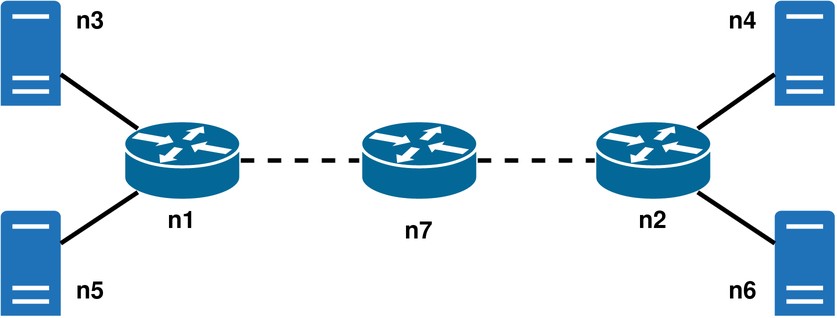
Earlier version of the draw.io export images/delay_full_partition_topology.png (benmandrew/DTLSR-Dissertation). Source tidied: cells renumbered, new cells last; positions are measured from the earlier drawing's top-left corner, leaving out a move shared by most shapes.
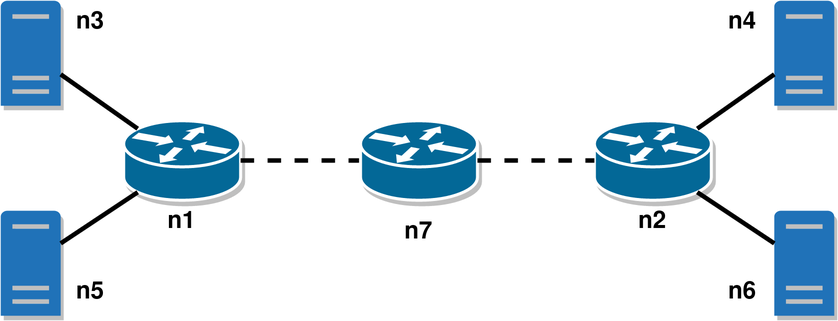
The same file after the commit.

What changed in the source:
```diff
@@ -2,22 +2,22 @@
   <root>
     <mxCell id="0" />
     <mxCell id="1" parent="0" />
-    <mxCell id="2" style="shape=mxgraph.cisco.routers.router;html=1;dashed=0;fillColor=#036897;strokeColor=#ffffff;strokeWidth=2;verticalLabelPosition=bottom;verticalAlign=top;align=center;outlineConnect=0;" parent="1" vertex="1">
+    <mxCell id="2" style="shape=mxgraph.cisco.routers.router;html=1;dashed=0;fillColor=#036897;strokeColor=#ffffff;strokeWidth=2;verticalLabelPosition=bottom;verticalAlign=top;align=center;outlineConnect=0;shadow=1;" parent="1" vertex="1">
       <mxGeometry x="82" y="80" width="78" height="53" as="geometry" />
     </mxCell>
-    <mxCell id="3" style="shape=mxgraph.cisco.routers.router;html=1;dashed=0;fillColor=#036897;strokeColor=#ffffff;strokeWidth=2;verticalLabelPosition=bottom;verticalAlign=top;align=center;outlineConnect=0;" parent="1" vertex="1">
+    <mxCell id="3" style="shape=mxgraph.cisco.routers.router;html=1;dashed=0;fillColor=#036897;strokeColor=#ffffff;strokeWidth=2;verticalLabelPosition=bottom;verticalAlign=top;align=center;outlineConnect=0;shadow=1;" parent="1" vertex="1">
       <mxGeometry x="396" y="80" width="78" height="53" as="geometry" />
     </mxCell>
-    <mxCell id="4" style="sketch=0;shadow=0;dashed=0;html=1;strokeColor=none;labelPosition=center;verticalLabelPosition=bottom;verticalAlign=top;outlineConnect=0;align=center;shape=mxgraph.office.servers.physical_host;fillColor=#2072B8;" parent="1" vertex="1">
+    <mxCell id="4" style="sketch=0;shadow=1;dashed=0;html=1;strokeColor=none;labelPosition=center;verticalLabelPosition=bottom;verticalAlign=top;outlineConnect=0;align=center;shape=mxgraph.office.servers.physical_host;fillColor=#2072B8;" parent="1" vertex="1">
       <mxGeometry width="40" height="70" as="geometry" />
     </mxCell>
-    <mxCell id="5" style="sketch=0;shadow=0;dashed=0;html=1;strokeColor=none;labelPosition=center;verticalLabelPosition=bottom;verticalAlign=top;outlineConnect=0;align=center;shape=mxgraph.office.servers.physical_host;fillColor=#2072B8;" parent="1" vertex="1">
+    <mxCell id="5" style="sketch=0;shadow=1;dashed=0;html=1;strokeColor=none;labelPosition=center;verticalLabelPosition=bottom;verticalAlign=top;outlineConnect=0;align=center;shape=mxgraph.office.servers.physical_host;fillColor=#2072B8;" parent="1" vertex="1">
       <mxGeometry y="140" width="40" height="70" as="geometry" />
     </mxCell>
-    <mxCell id="6" style="sketch=0;shadow=0;dashed=0;html=1;strokeColor=none;labelPosition=center;verticalLabelPosition=bottom;verticalAlign=top;outlineConnect=0;align=center;shape=mxgraph.office.servers.physical_host;fillColor=#2072B8;" parent="1" vertex="1">
+    <mxCell id="6" style="sketch=0;shadow=1;dashed=0;html=1;strokeColor=none;labelPosition=center;verticalLabelPosition=bottom;verticalAlign=top;outlineConnect=0;align=center;shape=mxgraph.office.servers.physical_host;fillColor=#2072B8;" parent="1" vertex="1">
       <mxGeometry x="516" width="40" height="70" as="geometry" />
     </mxCell>
-    <mxCell id="7" style="sketch=0;shadow=0;dashed=0;html=1;strokeColor=none;labelPosition=center;verticalLabelPosition=bottom;verticalAlign=top;outlineConnect=0;align=center;shape=mxgraph.office.servers.physical_host;fillColor=#2072B8;" parent="1" vertex="1">
+    <mxCell id="7" style="sketch=0;shadow=1;dashed=0;html=1;strokeColor=none;labelPosition=center;verticalLabelPosition=bottom;verticalAlign=top;outlineConnect=0;align=center;shape=mxgraph.office.servers.physical_host;fillColor=#2072B8;" parent="1" vertex="1">
       <mxGeometry x="516" y="140" width="40" height="70" as="geometry" />
     </mxCell>
     <mxCell id="8" style="endArrow=none;html=1;rounded=0;strokeWidth=3;exitX=0.12;exitY=0.1;exitDx=0;exitDy=0;exitPerimeter=0;" parent="1" edge="1" source="2" target="4">
@@ -53,7 +53,7 @@
     <mxCell id="18" value="&lt;b&gt;&lt;font style=&quot;font-size: 16px&quot;&gt;n2&lt;/font&gt;&lt;/b&gt;" style="text;html=1;strokeColor=none;fillColor=none;align=center;verticalAlign=middle;whiteSpace=wrap;rounded=0;" parent="1" vertex="1">
       <mxGeometry x="405" y="133" width="60" height="30" as="geometry" />
     </mxCell>
-    <mxCell id="19" style="shape=mxgraph.cisco.routers.router;html=1;dashed=0;fillColor=#036897;strokeColor=#ffffff;strokeWidth=2;verticalLabelPosition=bottom;verticalAlign=top;align=center;outlineConnect=0;" parent="1" vertex="1">
+    <mxCell id="19" style="shape=mxgraph.cisco.routers.router;html=1;dashed=0;fillColor=#036897;strokeColor=#ffffff;strokeWidth=2;verticalLabelPosition=bottom;verticalAlign=top;align=center;outlineConnect=0;gradientColor=none;gradientDirection=radial;shadow=1;" parent="1" vertex="1">
       <mxGeometry x="240" y="80" width="78" height="53" as="geometry" />
     </mxCell>
     <mxCell id="20" style="endArrow=none;html=1;rounded=0;strokeWidth=3;exitX=1;exitY=0.5;exitDx=0;exitDy=0;exitPerimeter=0;entryX=0;entryY=0.5;entryDx=0;entryDy=0;entryPerimeter=0;dashed=1;jumpSize=6;" parent="1" edge="1" source="19" target="3">
```
